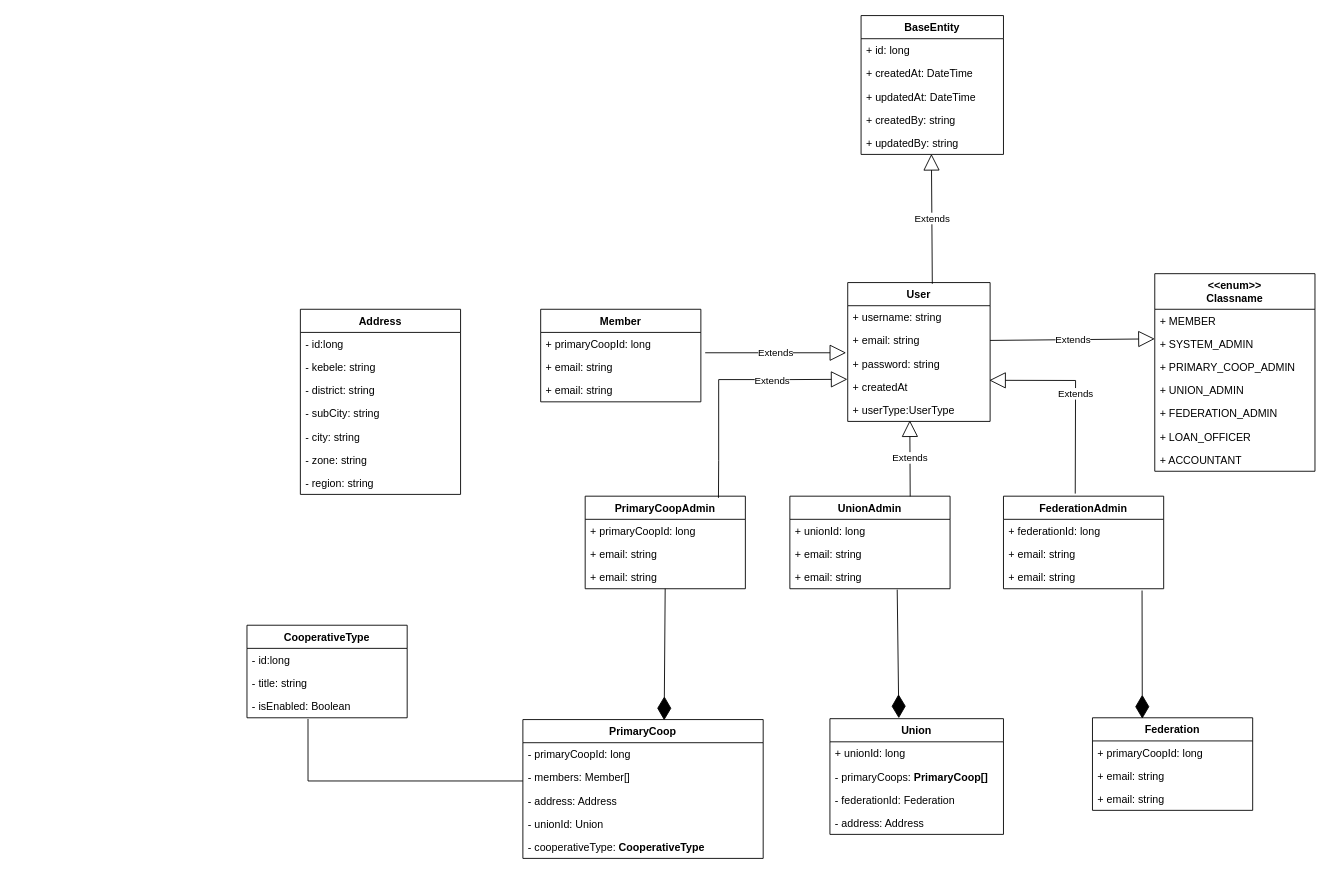
The draw.io diagram shemachoch.drawio in EDIF5/EDIF5, before the edit. Source tidied: cells renumbered, new cells numbered last; positions are measured from the earlier drawing's top-left corner, leaving out a move shared by most shapes. Both pictures are drawn from the tidied source at 89%, with x=0, y=0 at pixel (247, 15).
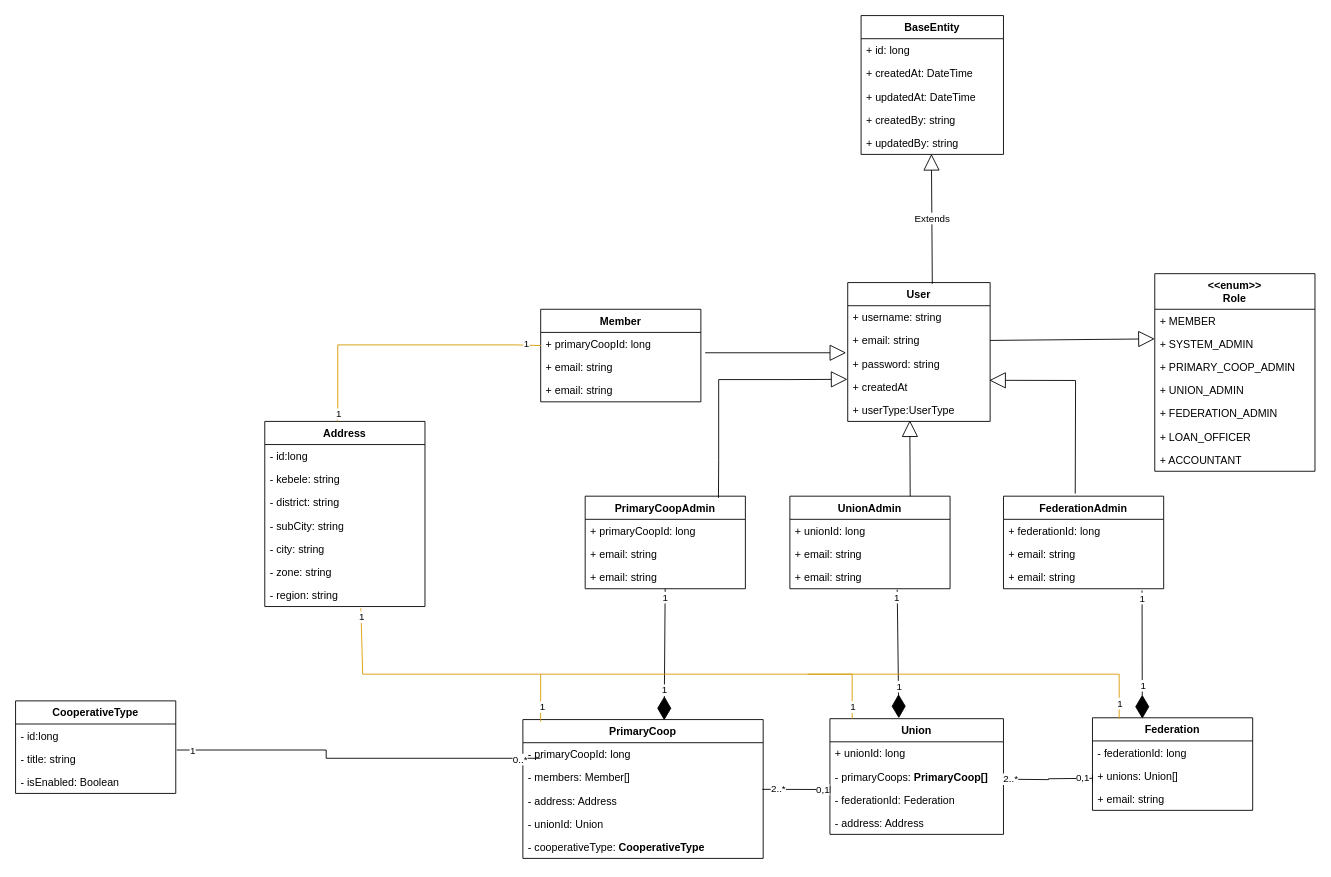
Above is the later version.

Unchanged cells that the change refers to:
```xml
<mxCell id="4" value="+ email: string" style="text;strokeColor=none;fillColor=none;align=left;verticalAlign=top;spacingLeft=4;spacingRight=4;overflow=hidden;points=[[0,0.5],[1,0.5]];portConstraint=eastwest;whiteSpace=wrap;html=1;" parent="2" vertex="1">
  <mxGeometry y="52" width="160" height="26" as="geometry" />
</mxCell>
<mxCell id="5" value="+ password: string" style="text;strokeColor=none;fillColor=none;align=left;verticalAlign=top;spacingLeft=4;spacingRight=4;overflow=hidden;points=[[0,0.5],[1,0.5]];portConstraint=eastwest;whiteSpace=wrap;html=1;" parent="2" vertex="1">
  <mxGeometry y="78" width="160" height="26" as="geometry" />
</mxCell>
<mxCell id="6" value="+ createdAt" style="text;strokeColor=none;fillColor=none;align=left;verticalAlign=top;spacingLeft=4;spacingRight=4;overflow=hidden;points=[[0,0.5],[1,0.5]];portConstraint=eastwest;whiteSpace=wrap;html=1;" parent="2" vertex="1">
  <mxGeometry y="104" width="160" height="26" as="geometry" />
</mxCell>
<mxCell id="7" value="+ userType:UserType" style="text;strokeColor=none;fillColor=none;align=left;verticalAlign=top;spacingLeft=4;spacingRight=4;overflow=hidden;points=[[0,0.5],[1,0.5]];portConstraint=eastwest;whiteSpace=wrap;html=1;" parent="2" vertex="1">
  <mxGeometry y="130" width="160" height="26" as="geometry" />
</mxCell>
<mxCell id="17" value="+ SYSTEM_ADMIN" style="text;strokeColor=none;fillColor=none;align=left;verticalAlign=top;spacingLeft=4;spacingRight=4;overflow=hidden;points=[[0,0.5],[1,0.5]];portConstraint=eastwest;whiteSpace=wrap;html=1;" parent="15" vertex="1">
  <mxGeometry y="66" width="180" height="26" as="geometry" />
</mxCell>
<mxCell id="24" value="PrimaryCoopAdmin" style="swimlane;fontStyle=1;align=center;verticalAlign=top;horizontal=1;startSize=26;whiteSpace=wrap;html=1;" parent="1" vertex="1">
  <mxGeometry x="380" y="540" width="180" height="104" as="geometry" />
</mxCell>
<mxCell id="32" value="FederationAdmin" style="swimlane;fontStyle=1;align=center;verticalAlign=top;horizontal=1;startSize=26;whiteSpace=wrap;html=1;" parent="1" vertex="1">
  <mxGeometry x="850" y="540" width="180" height="104" as="geometry" />
</mxCell>
<mxCell id="38" value="PrimaryCoop" style="swimlane;fontStyle=1;align=center;verticalAlign=top;horizontal=1;startSize=26;whiteSpace=wrap;html=1;" parent="1" vertex="1">
  <mxGeometry x="310" y="791" width="270" height="156" as="geometry" />
</mxCell>
<mxCell id="40" value="- members: Member[]" style="text;strokeColor=none;fillColor=none;align=left;verticalAlign=top;spacingLeft=4;spacingRight=4;overflow=hidden;points=[[0,0.5],[1,0.5]];portConstraint=eastwest;whiteSpace=wrap;html=1;" parent="38" vertex="1">
  <mxGeometry y="52" width="270" height="26" as="geometry" />
</mxCell>
<mxCell id="49" value="Federation" style="swimlane;fontStyle=1;align=center;verticalAlign=top;horizontal=1;startSize=26;whiteSpace=wrap;html=1;" parent="1" vertex="1">
  <mxGeometry x="950" y="789" width="180" height="104" as="geometry" />
</mxCell>
<mxCell id="55" value="+ email: string" style="text;strokeColor=none;fillColor=none;align=left;verticalAlign=top;spacingLeft=4;spacingRight=4;overflow=hidden;points=[[0,0.5],[1,0.5]];portConstraint=eastwest;whiteSpace=wrap;html=1;" parent="53" vertex="1">
  <mxGeometry y="52" width="180" height="26" as="geometry" />
</mxCell>
<mxCell id="58" style="endArrow=diamondThin;endFill=1;endSize=24;html=1;rounded=0;entryX=0.588;entryY=0.005;entryDx=0;entryDy=0;entryPerimeter=0;" parent="1" edge="1" source="27" target="38">
  <mxGeometry relative="1" as="geometry" />
</mxCell>
<mxCell id="59" style="endArrow=diamondThin;endFill=1;endSize=24;html=1;rounded=0;entryX=0.397;entryY=-0.004;entryDx=0;entryDy=0;exitX=0.67;exitY=1.038;exitDx=0;exitDy=0;exitPerimeter=0;entryPerimeter=0;" parent="1" edge="1" source="31" target="44">
  <mxGeometry relative="1" as="geometry" />
</mxCell>
<mxCell id="60" style="endArrow=diamondThin;endFill=1;endSize=24;html=1;rounded=0;entryX=0.311;entryY=0.01;entryDx=0;entryDy=0;entryPerimeter=0;exitX=0.865;exitY=1.077;exitDx=0;exitDy=0;exitPerimeter=0;" parent="1" edge="1" source="35" target="49">
  <mxGeometry relative="1" as="geometry" />
</mxCell>
<mxCell id="64" value="- title: string" style="text;strokeColor=none;fillColor=none;align=left;verticalAlign=top;spacingLeft=4;spacingRight=4;overflow=hidden;points=[[0,0.5],[1,0.5]];portConstraint=eastwest;whiteSpace=wrap;html=1;" parent="62" vertex="1">
  <mxGeometry y="52" width="180" height="26" as="geometry" />
</mxCell>
<mxCell id="65" value="- isEnabled: Boolean" style="text;strokeColor=none;fillColor=none;align=left;verticalAlign=top;spacingLeft=4;spacingRight=4;overflow=hidden;points=[[0,0.5],[1,0.5]];portConstraint=eastwest;whiteSpace=wrap;html=1;" parent="62" vertex="1">
  <mxGeometry y="78" width="180" height="26" as="geometry" />
</mxCell>
<mxCell id="74" value="- region: string" style="text;strokeColor=none;fillColor=none;align=left;verticalAlign=top;spacingLeft=4;spacingRight=4;overflow=hidden;points=[[0,0.5],[1,0.5]];portConstraint=eastwest;whiteSpace=wrap;html=1;" parent="67" vertex="1">
  <mxGeometry y="182" width="180" height="26" as="geometry" />
</mxCell>
```

Diff of the diagram source:
```diff
@@
-    <mxCell id="15" value="&amp;lt;&amp;lt;enum&amp;gt;&amp;gt;&lt;div&gt;Classname&lt;/div&gt;" style="swimlane;fontStyle=1;align=center;verticalAlign=top;horizontal=1;startSize=40;whiteSpace=wrap;html=1;" parent="1" vertex="1">
+    <mxCell id="15" value="&amp;lt;&amp;lt;enum&amp;gt;&amp;gt;&lt;div&gt;Role&lt;/div&gt;" style="swimlane;fontStyle=1;align=center;verticalAlign=top;horizontal=1;startSize=40;whiteSpace=wrap;html=1;" parent="1" vertex="1">
       <mxGeometry x="1020" y="290" width="180" height="222" as="geometry" />
     </mxCell>
@@
-    <mxCell id="23" value="Extends" style="endArrow=block;endSize=16;endFill=0;html=1;rounded=0;entryX=0;entryY=0.279;entryDx=0;entryDy=0;entryPerimeter=0;exitX=1;exitY=0.5;exitDx=0;exitDy=0;" parent="1" edge="1" source="4" target="17">
+    <mxCell id="23" style="endArrow=block;endSize=16;endFill=0;html=1;rounded=0;entryX=0;entryY=0.279;entryDx=0;entryDy=0;entryPerimeter=0;exitX=1;exitY=0.5;exitDx=0;exitDy=0;" parent="1" edge="1" source="4" target="17">
       <mxGeometry relative="1" as="geometry" />
     </mxCell>
@@
-    <mxCell id="36" value="Extends" style="endArrow=block;endSize=16;endFill=0;html=1;rounded=0;entryX=0.436;entryY=0.956;entryDx=0;entryDy=0;entryPerimeter=0;exitX=0.751;exitY=0.012;exitDx=0;exitDy=0;exitPerimeter=0;" parent="1" edge="1" target="7">
+    <mxCell id="36" style="endArrow=block;endSize=16;endFill=0;html=1;rounded=0;entryX=0.436;entryY=0.956;entryDx=0;entryDy=0;entryPerimeter=0;exitX=0.751;exitY=0.012;exitDx=0;exitDy=0;exitPerimeter=0;" parent="1" edge="1" target="7">
       <mxGeometry relative="1" as="geometry">
         <mxPoint x="745.2" y="540.2" as="sourcePoint" />
       </mxGeometry>
     </mxCell>
-    <mxCell id="37" value="Extends" style="endArrow=block;endSize=16;endFill=0;html=1;rounded=0;entryX=0.994;entryY=0.223;entryDx=0;entryDy=0;entryPerimeter=0;exitX=0.448;exitY=-0.028;exitDx=0;exitDy=0;exitPerimeter=0;" parent="1" edge="1" source="32" target="6">
+    <mxCell id="37" style="endArrow=block;endSize=16;endFill=0;html=1;rounded=0;entryX=0.994;entryY=0.223;entryDx=0;entryDy=0;entryPerimeter=0;exitX=0.448;exitY=-0.028;exitDx=0;exitDy=0;exitPerimeter=0;" parent="1" edge="1" source="32" target="6">
       <mxGeometry relative="1" as="geometry">
         <Array as="points">
           <mxPoint x="931" y="410" />
         </Array>
       </mxGeometry>
     </mxCell>
@@
-    <mxCell id="50" value="+ primaryCoopId: long" style="text;strokeColor=none;fillColor=none;align=left;verticalAlign=top;spacingLeft=4;spacingRight=4;overflow=hidden;whiteSpace=wrap;html=1;" parent="49" vertex="1">
+    <mxCell id="50" value="- federationId: long" style="text;strokeColor=none;fillColor=none;align=left;verticalAlign=top;spacingLeft=4;spacingRight=4;overflow=hidden;whiteSpace=wrap;html=1;" parent="49" vertex="1">
       <mxGeometry y="26" width="180" height="26" as="geometry" />
     </mxCell>
-    <mxCell id="51" value="+ email: string" style="text;strokeColor=none;fillColor=none;align=left;verticalAlign=top;spacingLeft=4;spacingRight=4;overflow=hidden;whiteSpace=wrap;html=1;" parent="49" vertex="1">
+    <mxCell id="51" value="+ unions: Union[]" style="text;strokeColor=none;fillColor=none;align=left;verticalAlign=top;spacingLeft=4;spacingRight=4;overflow=hidden;whiteSpace=wrap;html=1;" parent="49" vertex="1">
       <mxGeometry y="52" width="180" height="26" as="geometry" />
     </mxCell>
@@
-    <mxCell id="57" value="Extends" style="endArrow=block;endSize=16;endFill=0;html=1;rounded=0;entryX=-0.011;entryY=1.034;entryDx=0;entryDy=0;entryPerimeter=0;exitX=1.027;exitY=-0.12;exitDx=0;exitDy=0;exitPerimeter=0;" parent="1" edge="1" source="55" target="4">
+    <mxCell id="57" style="endArrow=block;endSize=16;endFill=0;html=1;rounded=0;entryX=-0.011;entryY=1.034;entryDx=0;entryDy=0;entryPerimeter=0;exitX=1.027;exitY=-0.12;exitDx=0;exitDy=0;exitPerimeter=0;" parent="1" edge="1" source="55" target="4">
       <mxGeometry relative="1" as="geometry" />
     </mxCell>
@@
+    <mxCell id="75" value="1" style="edgeLabel;html=1;align=center;verticalAlign=middle;" parent="58" vertex="1">
+      <mxGeometry x="-0.89" relative="1" as="geometry">
+        <mxPoint y="2" as="offset" />
+      </mxGeometry>
+    </mxCell>
+    <mxCell id="76" value="1" style="edgeLabel;html=1;align=center;verticalAlign=middle;" parent="58" vertex="1">
+      <mxGeometry x="0.65" relative="1" as="geometry">
+        <mxPoint y="-8" as="offset" />
+      </mxGeometry>
+    </mxCell>
@@
+    <mxCell id="77" value="1" style="edgeLabel;html=1;align=center;verticalAlign=middle;" parent="59" vertex="1">
+      <mxGeometry x="-0.87" y="-1" relative="1" as="geometry" />
+    </mxCell>
+    <mxCell id="78" value="1" style="edgeLabel;html=1;align=center;verticalAlign=middle;" parent="59" vertex="1">
+      <mxGeometry x="0.51" y="1" relative="1" as="geometry" />
+    </mxCell>
@@
+    <mxCell id="79" value="1" style="edgeLabel;html=1;align=center;verticalAlign=middle;" parent="60" vertex="1">
+      <mxGeometry x="-0.89" relative="1" as="geometry" />
+    </mxCell>
+    <mxCell id="80" value="1" style="edgeLabel;html=1;align=center;verticalAlign=middle;" parent="60" vertex="1">
+      <mxGeometry x="0.49" y="1" relative="1" as="geometry" />
+    </mxCell>
-    <mxCell id="61" value="Extends" style="endArrow=block;endSize=16;endFill=0;html=1;rounded=0;entryX=-0.002;entryY=1.18;entryDx=0;entryDy=0;entryPerimeter=0;exitX=0.832;exitY=0.018;exitDx=0;exitDy=0;exitPerimeter=0;" parent="1" edge="1" source="24" target="5">
+    <mxCell id="61" style="endArrow=block;endSize=16;endFill=0;html=1;rounded=0;entryX=-0.002;entryY=1.18;entryDx=0;entryDy=0;entryPerimeter=0;exitX=0.832;exitY=0.018;exitDx=0;exitDy=0;exitPerimeter=0;" parent="1" edge="1" source="24" target="5">
       <mxGeometry x="0.39" y="-1" relative="1" as="geometry">
         <Array as="points">
           <mxPoint x="530" y="500" />
           <mxPoint x="530" y="409" />
           <mxPoint x="610" y="409" />
         </Array>
       </mxGeometry>
     </mxCell>
     <mxCell id="62" value="CooperativeType" style="swimlane;fontStyle=1;align=center;verticalAlign=top;horizontal=1;startSize=26;whiteSpace=wrap;html=1;" parent="1" vertex="1">
-      <mxGeometry y="685" width="180" height="104" as="geometry" />
+      <mxGeometry x="-260" y="770" width="180" height="104" as="geometry" />
     </mxCell>
@@
-    <mxCell id="66" style="endArrow=none;html=1;edgeStyle=orthogonalEdgeStyle;rounded=0;exitX=0.381;exitY=1.051;exitDx=0;exitDy=0;exitPerimeter=0;entryX=0;entryY=0.654;entryDx=0;entryDy=0;entryPerimeter=0;" parent="1" edge="1" source="65" target="40">
+    <mxCell id="66" style="endArrow=none;html=1;edgeStyle=orthogonalEdgeStyle;rounded=0;entryX=0;entryY=0.654;entryDx=0;entryDy=0;entryPerimeter=0;exitX=1.006;exitY=0.124;exitDx=0;exitDy=0;exitPerimeter=0;" parent="1" edge="1" source="64">
       <mxGeometry relative="1" as="geometry">
+        <mxPoint x="330" y="834.5" as="targetPoint" />
         <Array as="points">
-          <mxPoint x="69" y="860" />
+          <mxPoint x="89" y="825" />
+          <mxPoint x="89" y="835" />
         </Array>
       </mxGeometry>
     </mxCell>
+    <mxCell id="81" value="0..*" style="edgeLabel;html=1;align=center;verticalAlign=middle;" parent="66" vertex="1">
+      <mxGeometry x="0.92" y="-3" relative="1" as="geometry">
+        <mxPoint x="-6" y="-2" as="offset" />
+      </mxGeometry>
+    </mxCell>
+    <mxCell id="82" value="1" style="edgeLabel;html=1;align=center;verticalAlign=middle;" parent="66" vertex="1">
+      <mxGeometry x="-0.92" relative="1" as="geometry" />
+    </mxCell>
     <mxCell id="67" value="Address" style="swimlane;fontStyle=1;align=center;verticalAlign=top;horizontal=1;startSize=26;whiteSpace=wrap;html=1;" parent="1" vertex="1">
-      <mxGeometry x="60" y="330" width="180" height="208" as="geometry" />
+      <mxGeometry x="20" y="456" width="180" height="208" as="geometry" />
     </mxCell>
@@
+    <mxCell id="83" style="rounded=0;orthogonalLoop=1;jettySize=auto;html=1;entryX=0.005;entryY=1.063;entryDx=0;entryDy=0;entryPerimeter=0;endArrow=baseDash;endFill=0;" parent="1" edge="1">
+      <mxGeometry relative="1" as="geometry">
+        <mxPoint x="579" y="869.4" as="sourcePoint" />
+        <mxPoint x="655" y="869.6" as="targetPoint" />
+      </mxGeometry>
+    </mxCell>
+    <mxCell id="84" value="0,1" style="edgeLabel;html=1;align=center;verticalAlign=middle;" parent="83" vertex="1">
+      <mxGeometry x="0.79" relative="1" as="geometry" />
+    </mxCell>
+    <mxCell id="85" value="2..*" style="edgeLabel;html=1;align=center;verticalAlign=middle;" parent="83" vertex="1">
+      <mxGeometry x="-0.82" y="1" relative="1" as="geometry">
+        <mxPoint x="10" as="offset" />
+      </mxGeometry>
+    </mxCell>
+    <mxCell id="86" style="edgeStyle=orthogonalEdgeStyle;rounded=0;orthogonalLoop=1;jettySize=auto;html=1;entryX=0;entryY=0.5;entryDx=0;entryDy=0;endArrow=baseDash;endFill=0;" parent="1" edge="1">
+      <mxGeometry relative="1" as="geometry">
+        <mxPoint x="850" y="858" as="sourcePoint" />
+        <mxPoint x="950" y="857" as="targetPoint" />
+      </mxGeometry>
+    </mxCell>
+    <mxCell id="87" value="0,1" style="edgeLabel;html=1;align=center;verticalAlign=middle;" parent="86" vertex="1">
+      <mxGeometry x="0.93" y="1" relative="1" as="geometry">
+        <mxPoint x="-7" as="offset" />
+      </mxGeometry>
+    </mxCell>
+    <mxCell id="88" value="2..*" style="edgeLabel;html=1;align=center;verticalAlign=middle;" parent="86" vertex="1">
+      <mxGeometry x="-0.86" y="1" relative="1" as="geometry" />
+    </mxCell>
+    <mxCell id="89" style="endArrow=none;html=1;rounded=0;exitX=0.6;exitY=1.075;exitDx=0;exitDy=0;exitPerimeter=0;entryX=0.074;entryY=0.015;entryDx=0;entryDy=0;entryPerimeter=0;fillColor=#ffe6cc;strokeColor=#d79b00;" parent="1" edge="1" source="74" target="38">
+      <mxGeometry relative="1" as="geometry">
+        <Array as="points">
+          <mxPoint x="130" y="740" />
+          <mxPoint x="330" y="740" />
+        </Array>
+      </mxGeometry>
+    </mxCell>
+    <mxCell id="90" value="1" style="edgeLabel;html=1;align=center;verticalAlign=middle;" parent="89" vertex="1">
+      <mxGeometry x="-0.94" relative="1" as="geometry" />
+    </mxCell>
+    <mxCell id="91" value="1" style="edgeLabel;html=1;align=center;verticalAlign=middle;" parent="89" vertex="1">
+      <mxGeometry x="0.9" y="2" relative="1" as="geometry" />
+    </mxCell>
+    <mxCell id="92" style="endArrow=none;html=1;rounded=0;fillColor=#ffe6cc;strokeColor=#d79b00;" parent="1" edge="1">
+      <mxGeometry relative="1" as="geometry">
+        <mxPoint x="680" y="790" as="sourcePoint" />
+        <mxPoint x="330" y="740" as="targetPoint" />
+        <Array as="points">
+          <mxPoint x="680" y="740" />
+        </Array>
+      </mxGeometry>
+    </mxCell>
+    <mxCell id="93" value="1" style="edgeLabel;html=1;align=center;verticalAlign=middle;" parent="92" vertex="1">
+      <mxGeometry x="-0.93" relative="1" as="geometry" />
+    </mxCell>
+    <mxCell id="94" style="endArrow=none;html=1;rounded=0;fillColor=#ffe6cc;strokeColor=#d79b00;" parent="1" edge="1">
+      <mxGeometry relative="1" as="geometry">
+        <mxPoint x="980" y="790" as="sourcePoint" />
+        <mxPoint x="630" y="740" as="targetPoint" />
+        <Array as="points">
+          <mxPoint x="980" y="740" />
+        </Array>
+      </mxGeometry>
+    </mxCell>
+    <mxCell id="95" value="1" style="edgeLabel;html=1;align=center;verticalAlign=middle;" parent="94" vertex="1">
+      <mxGeometry x="-0.91" y="-2" relative="1" as="geometry">
+        <mxPoint x="-2" as="offset" />
+      </mxGeometry>
+    </mxCell>
+    <mxCell id="96" style="endArrow=none;html=1;rounded=0;entryX=0.002;entryY=0.34;entryDx=0;entryDy=0;fillColor=#ffe6cc;strokeColor=#d79b00;entryPerimeter=0;" parent="1" edge="1">
+      <mxGeometry relative="1" as="geometry">
+        <mxPoint x="102" y="456" as="sourcePoint" />
+        <mxPoint x="330.4" y="370.8" as="targetPoint" />
+        <Array as="points">
+          <mxPoint x="102" y="370" />
+          <mxPoint x="302" y="370" />
+        </Array>
+      </mxGeometry>
+    </mxCell>
+    <mxCell id="97" value="1" style="edgeLabel;html=1;align=center;verticalAlign=middle;" parent="96" vertex="1">
+      <mxGeometry x="-0.94" relative="1" as="geometry" />
+    </mxCell>
+    <mxCell id="98" value="1" style="edgeLabel;html=1;align=center;verticalAlign=middle;" parent="96" vertex="1">
+      <mxGeometry x="0.9" y="2" relative="1" as="geometry">
+        <mxPoint x="-2" as="offset" />
+      </mxGeometry>
+    </mxCell>
```
